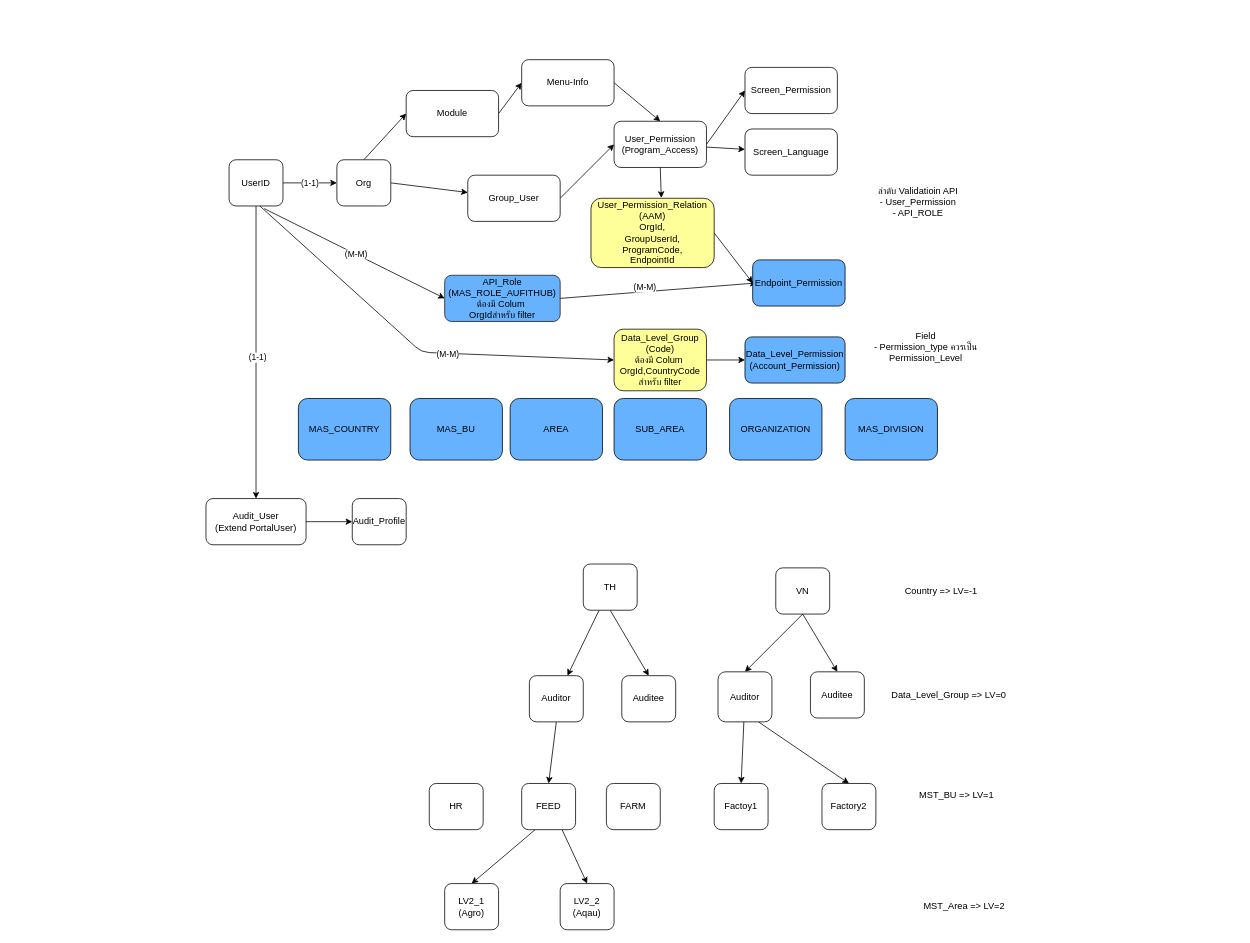
The draw.io diagram packages/user.drawio in TGA88/inh-lib, before the edit. Source tidied: cells renumbered, new cells numbered last; positions are measured from the earlier drawing's top-left corner, leaving out a move shared by most shapes. Both pictures are drawn from the tidied source at 77%, with x=0, y=0 at pixel (206, 59).
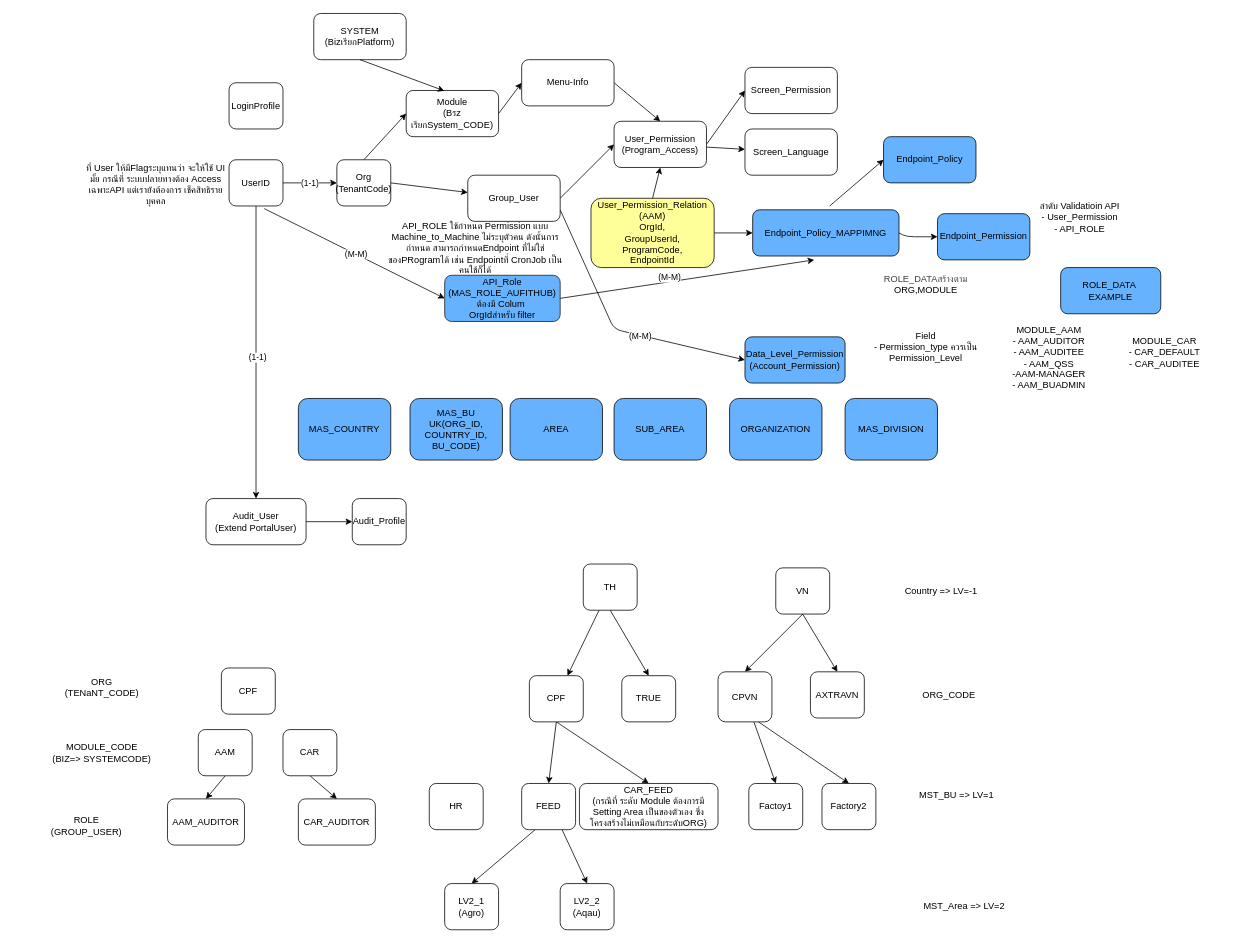
Above is the later version.

Unchanged cells that the change refers to:
```xml
<mxCell id="17" value="Group_User" style="rounded=1;whiteSpace=wrap;html=1;" parent="1" vertex="1">
  <mxGeometry x="340" y="150" width="120" height="60" as="geometry" />
</mxCell>
<mxCell id="21" value="User_Permission&lt;br&gt;(Program_Access)" style="rounded=1;whiteSpace=wrap;html=1;" parent="1" vertex="1">
  <mxGeometry x="530" y="80" width="120" height="60" as="geometry" />
</mxCell>
<mxCell id="24" value="Data_Level_Permission&lt;br&gt;(Account_Permission)" style="rounded=1;whiteSpace=wrap;html=1;fillColor=#66B2FF;" parent="1" vertex="1">
  <mxGeometry x="700" y="360" width="130" height="60" as="geometry" />
</mxCell>
<mxCell id="28" value="API_Role&lt;br&gt;(MAS_ROLE_AUFITHUB)&lt;div&gt;ต้องมี Colum&amp;nbsp;&lt;/div&gt;&lt;div&gt;OrgIdสำหรับ filter&lt;/div&gt;" style="rounded=1;whiteSpace=wrap;html=1;strokeColor=#1A1A1A;fillColor=#66B2FF;" parent="1" vertex="1">
  <mxGeometry x="310" y="280" width="150" height="60" as="geometry" />
</mxCell>
<mxCell id="64" value="User_Permission_Relation&lt;br&gt;(AAM)&lt;div&gt;OrgId,&lt;br&gt;GroupUserId,&lt;br&gt;ProgramCode,&lt;br&gt;EndpointId&lt;/div&gt;" style="rounded=1;whiteSpace=wrap;html=1;fillColor=#FFFF99;" parent="1" vertex="1">
  <mxGeometry x="500" y="180" width="160" height="90" as="geometry" />
</mxCell>
```

The edit, as a diff of the source:
```diff
@@
-    <mxCell id="4" style="edgeStyle=none;html=1;entryX=0;entryY=0.5;entryDx=0;entryDy=0;" parent="1" edge="1" target="23">
+    <mxCell id="4" style="edgeStyle=none;html=1;exitX=1;exitY=0.75;exitDx=0;exitDy=0;entryX=0;entryY=0.5;entryDx=0;entryDy=0;" parent="1" edge="1" source="17" target="24">
       <mxGeometry relative="1" as="geometry">
-        <mxPoint x="70" y="190" as="sourcePoint" />
         <Array as="points">
-          <mxPoint x="280" y="380" />
+          <mxPoint x="530" y="350" />
         </Array>
       </mxGeometry>
     </mxCell>
@@
-    <mxCell id="13" value="Org" style="rounded=1;whiteSpace=wrap;html=1;" parent="1" vertex="1">
+    <mxCell id="13" value="Org&lt;div&gt;(TenantCode)&lt;/div&gt;" style="rounded=1;whiteSpace=wrap;html=1;" parent="1" vertex="1">
       <mxGeometry x="170" y="130" width="70" height="60" as="geometry" />
     </mxCell>
@@
-    <mxCell id="15" value="Module" style="rounded=1;whiteSpace=wrap;html=1;" parent="1" vertex="1">
+    <mxCell id="15" value="Module&lt;div&gt;(Bรz เรียกSystem_CODE)&lt;/div&gt;" style="rounded=1;whiteSpace=wrap;html=1;" parent="1" vertex="1">
       <mxGeometry x="260" y="40" width="120" height="60" as="geometry" />
     </mxCell>
@@
-    <mxCell id="19" style="edgeStyle=none;html=1;exitX=1;exitY=0.5;exitDx=0;exitDy=0;entryX=0;entryY=0.5;entryDx=0;entryDy=0;" parent="1" edge="1" source="64" target="29">
-      <mxGeometry relative="1" as="geometry" />
-    </mxCell>
@@
-    <mxCell id="22" style="edgeStyle=none;html=1;exitX=1;exitY=0.5;exitDx=0;exitDy=0;entryX=0;entryY=0.5;entryDx=0;entryDy=0;" parent="1" edge="1" source="23" target="24">
-      <mxGeometry relative="1" as="geometry" />
-    </mxCell>
-    <mxCell id="23" value="Data_Level_Group&lt;br&gt;(Code)&lt;br&gt;&lt;div&gt;ต้องมี Colum&amp;nbsp;&lt;/div&gt;&lt;div&gt;OrgId,CountryCode&lt;br&gt;สำหรับ filter&lt;/div&gt;" style="rounded=1;whiteSpace=wrap;html=1;fontStyle=0;fillColor=#FFFF99;" parent="1" vertex="1">
-      <mxGeometry x="530" y="350" width="120" height="80" as="geometry" />
-    </mxCell>
@@
-    <mxCell id="26" style="edgeStyle=none;html=1;exitX=1;exitY=0.5;exitDx=0;exitDy=0;entryX=0.042;entryY=0.5;entryDx=0;entryDy=0;entryPerimeter=0;" parent="1" edge="1" source="28" target="29">
-      <mxGeometry relative="1" as="geometry" />
+    <mxCell id="26" style="edgeStyle=none;html=1;exitX=1;exitY=0.5;exitDx=0;exitDy=0;" parent="1" edge="1" source="28">
+      <mxGeometry relative="1" as="geometry">
+        <mxPoint x="790" y="260" as="targetPoint" />
+      </mxGeometry>
     </mxCell>
@@
     <mxCell id="29" value="Endpoint_Permission" style="rounded=1;whiteSpace=wrap;html=1;fillColor=#66B2FF;" parent="1" vertex="1">
-      <mxGeometry x="710" y="260" width="120" height="60" as="geometry" />
+      <mxGeometry x="950" y="200" width="120" height="60" as="geometry" />
     </mxCell>
     <mxCell id="30" value="ลำดับ Validatioin API&lt;br&gt;- User_Permission&lt;br&gt;- API_ROLE" style="text;html=1;align=center;verticalAlign=middle;whiteSpace=wrap;rounded=0;" parent="1" vertex="1">
-      <mxGeometry x="830" y="160" width="190" height="50" as="geometry" />
+      <mxGeometry x="1040" y="180" width="190" height="50" as="geometry" />
     </mxCell>
@@
+    <mxCell id="72" style="edgeStyle=none;html=1;exitX=0.5;exitY=1;exitDx=0;exitDy=0;entryX=0.5;entryY=0;entryDx=0;entryDy=0;" parent="1" edge="1" source="46" target="58">
+      <mxGeometry relative="1" as="geometry" />
+    </mxCell>
-    <mxCell id="46" value="Auditor" style="rounded=1;whiteSpace=wrap;html=1;" parent="1" vertex="1">
+    <mxCell id="46" value="CPF" style="rounded=1;whiteSpace=wrap;html=1;" parent="1" vertex="1">
       <mxGeometry x="420" y="800" width="70" height="60" as="geometry" />
     </mxCell>
-    <mxCell id="47" value="Data_Level_Group =&amp;gt; LV=0" style="text;html=1;align=center;verticalAlign=middle;whiteSpace=wrap;rounded=0;" parent="1" vertex="1">
+    <mxCell id="47" value="ORG_CODE" style="text;html=1;align=center;verticalAlign=middle;whiteSpace=wrap;rounded=0;" parent="1" vertex="1">
       <mxGeometry x="870" y="800" width="190" height="50" as="geometry" />
     </mxCell>
-    <mxCell id="48" value="Auditee" style="rounded=1;whiteSpace=wrap;html=1;" parent="1" vertex="1">
+    <mxCell id="48" value="TRUE" style="rounded=1;whiteSpace=wrap;html=1;" parent="1" vertex="1">
       <mxGeometry x="540" y="800" width="70" height="60" as="geometry" />
     </mxCell>
@@
-    <mxCell id="51" value="Auditor" style="rounded=1;whiteSpace=wrap;html=1;" parent="1" vertex="1">
+    <mxCell id="51" value="CPVN" style="rounded=1;whiteSpace=wrap;html=1;" parent="1" vertex="1">
       <mxGeometry x="665" y="795" width="70" height="65" as="geometry" />
     </mxCell>
-    <mxCell id="52" value="Auditee" style="rounded=1;whiteSpace=wrap;html=1;" parent="1" vertex="1">
+    <mxCell id="52" value="AXTRAVN" style="rounded=1;whiteSpace=wrap;html=1;" parent="1" vertex="1">
       <mxGeometry x="785" y="795" width="70" height="60" as="geometry" />
     </mxCell>
@@
-    <mxCell id="58" value="FARM" style="rounded=1;whiteSpace=wrap;html=1;" parent="1" vertex="1">
-      <mxGeometry x="520" y="940" width="70" height="60" as="geometry" />
+    <mxCell id="58" value="CAR_FEED&lt;div&gt;(กรณีที่ ระดับ Module ต้องการมี Setting Area เป็นของตัวเอง ซึ่งโครงสร้างไม่เหมือนกับระดับORG)&lt;/div&gt;" style="rounded=1;whiteSpace=wrap;html=1;" parent="1" vertex="1">
+      <mxGeometry x="485" y="940" width="180" height="60" as="geometry" />
     </mxCell>
@@
     <mxCell id="62" value="Factoy1" style="rounded=1;whiteSpace=wrap;html=1;" parent="1" vertex="1">
-      <mxGeometry x="660" y="940" width="70" height="60" as="geometry" />
+      <mxGeometry x="705" y="940" width="70" height="60" as="geometry" />
     </mxCell>
@@
+    <mxCell id="73" style="edgeStyle=none;html=1;exitX=1;exitY=0.5;exitDx=0;exitDy=0;entryX=0;entryY=0.5;entryDx=0;entryDy=0;" parent="1" edge="1" source="64" target="96">
+      <mxGeometry relative="1" as="geometry" />
+    </mxCell>
@@
-    <mxCell id="65" style="edgeStyle=none;html=1;exitX=0.5;exitY=1;exitDx=0;exitDy=0;entryX=0.571;entryY=-0.006;entryDx=0;entryDy=0;entryPerimeter=0;" parent="1" edge="1" source="21" target="64">
+    <mxCell id="65" style="edgeStyle=none;html=1;entryX=0.5;entryY=1;entryDx=0;entryDy=0;exitX=0.5;exitY=0;exitDx=0;exitDy=0;" parent="1" edge="1" source="64" target="21">
       <mxGeometry relative="1" as="geometry" />
     </mxCell>
@@
-    <mxCell id="67" value="MAS_BU" style="rounded=1;whiteSpace=wrap;html=1;fontStyle=0;fillColor=#66B2FF;" parent="1" vertex="1">
+    <mxCell id="67" value="MAS_BU&lt;br&gt;UK(ORG_ID,&lt;br&gt;COUNTRY_ID,&lt;br&gt;BU_CODE)" style="rounded=1;whiteSpace=wrap;html=1;fontStyle=0;fillColor=#66B2FF;" parent="1" vertex="1">
       <mxGeometry x="265" y="440" width="120" height="80" as="geometry" />
     </mxCell>
@@
+    <mxCell id="74" value="&lt;br class=&quot;Apple-interchange-newline&quot;&gt;&lt;span style=&quot;color: rgb(63, 63, 63);&quot;&gt;ROLE_DATAสร้างตาม&lt;br&gt;&lt;/span&gt;ORG,MODULE" style="text;html=1;align=center;verticalAlign=middle;whiteSpace=wrap;rounded=0;" parent="1" vertex="1">
+      <mxGeometry x="840" y="260" width="190" height="50" as="geometry" />
+    </mxCell>
+    <mxCell id="75" value="MODULE_CAR&lt;div&gt;- CAR_DEFAULT&lt;br&gt;- CAR_AUDITEE&lt;/div&gt;" style="text;html=1;align=center;verticalAlign=middle;whiteSpace=wrap;rounded=0;" parent="1" vertex="1">
+      <mxGeometry x="1150" y="355" width="190" height="50" as="geometry" />
+    </mxCell>
+    <mxCell id="76" value="&lt;br&gt;MODULE_AAM&lt;div&gt;- AAM_AUDITOR&lt;br&gt;- AAM_AUDITEE&lt;/div&gt;&lt;div&gt;- AAM_QSS&lt;/div&gt;&lt;div&gt;-AAM-MANAGER&lt;/div&gt;&lt;div&gt;- AAM_BUADMIN&lt;/div&gt;" style="text;html=1;align=center;verticalAlign=middle;whiteSpace=wrap;rounded=0;" parent="1" vertex="1">
+      <mxGeometry x="1000" y="355" width="190" height="50" as="geometry" />
+    </mxCell>
+    <mxCell id="77" value="ROLE_DATA&amp;nbsp;&lt;div&gt;EXAMPLE&lt;/div&gt;" style="rounded=1;whiteSpace=wrap;html=1;fillColor=#66B2FF;" parent="1" vertex="1">
+      <mxGeometry x="1110" y="270" width="130" height="60" as="geometry" />
+    </mxCell>
+    <mxCell id="78" value="&lt;br&gt;ที่ User ให้มีFlagระบุแทนว่า จะให้ใช้ UI มั้ย กรณีที่ ระบบปลายทางต้อง Access เฉพาะAPI แต่เรายังต้องการ เช็คสิทธิรายบุคคล" style="text;html=1;align=center;verticalAlign=middle;whiteSpace=wrap;rounded=0;" parent="1" vertex="1">
+      <mxGeometry x="-160" y="130" width="190" height="50" as="geometry" />
+    </mxCell>
+    <mxCell id="79" value="API_ROLE ใช้กำหนด Permission แบบ Machine_to_Machine ไม่ระบุตัวคน ดังนั้นการกำหนด สามารถกำหนดEndpoint ที่ไม่ใช่ของPRogramได้ เช่น Endpointที่ CronJob เป็นคนใช้ก็ได้" style="text;html=1;align=center;verticalAlign=middle;whiteSpace=wrap;rounded=0;" parent="1" vertex="1">
+      <mxGeometry x="230" y="220" width="240" height="50" as="geometry" />
+    </mxCell>
+    <mxCell id="80" value="SYSTEM&lt;div&gt;(BizเรียกPlatform)&lt;/div&gt;" style="rounded=1;whiteSpace=wrap;html=1;" parent="1" vertex="1">
+      <mxGeometry x="140" y="-60" width="120" height="60" as="geometry" />
+    </mxCell>
+    <mxCell id="81" style="edgeStyle=none;html=1;exitX=0.5;exitY=1;exitDx=0;exitDy=0;entryX=0.413;entryY=0.008;entryDx=0;entryDy=0;entryPerimeter=0;" parent="1" edge="1" source="80" target="15">
+      <mxGeometry relative="1" as="geometry" />
+    </mxCell>
+    <mxCell id="82" value="Endpoint_Policy" style="rounded=1;whiteSpace=wrap;html=1;fillColor=#66B2FF;" parent="1" vertex="1">
+      <mxGeometry x="880" y="100" width="120" height="60" as="geometry" />
+    </mxCell>
+    <mxCell id="83" value="LoginProfile" style="rounded=1;whiteSpace=wrap;html=1;" parent="1" vertex="1">
+      <mxGeometry x="30" y="30" width="70" height="60" as="geometry" />
+    </mxCell>
+    <mxCell id="84" value="CPF" style="rounded=1;whiteSpace=wrap;html=1;" parent="1" vertex="1">
+      <mxGeometry x="20" y="790" width="70" height="60" as="geometry" />
+    </mxCell>
+    <mxCell id="85" style="edgeStyle=none;html=1;exitX=0.5;exitY=1;exitDx=0;exitDy=0;entryX=0.5;entryY=0;entryDx=0;entryDy=0;" parent="1" edge="1" source="86" target="91">
+      <mxGeometry relative="1" as="geometry" />
+    </mxCell>
+    <mxCell id="86" value="AAM" style="rounded=1;whiteSpace=wrap;html=1;" parent="1" vertex="1">
+      <mxGeometry x="-10" y="870" width="70" height="60" as="geometry" />
+    </mxCell>
+    <mxCell id="87" style="edgeStyle=none;html=1;exitX=0.5;exitY=1;exitDx=0;exitDy=0;entryX=0.5;entryY=0;entryDx=0;entryDy=0;" parent="1" edge="1" source="88" target="92">
+      <mxGeometry relative="1" as="geometry" />
+    </mxCell>
+    <mxCell id="88" value="CAR" style="rounded=1;whiteSpace=wrap;html=1;" parent="1" vertex="1">
+      <mxGeometry x="100" y="870" width="70" height="60" as="geometry" />
+    </mxCell>
+    <mxCell id="89" value="MODULE_CODE&lt;br&gt;(BIZ=&amp;gt; SYSTEMCODE)" style="text;html=1;align=center;verticalAlign=middle;whiteSpace=wrap;rounded=0;" parent="1" vertex="1">
+      <mxGeometry x="-230" y="875" width="190" height="50" as="geometry" />
+    </mxCell>
+    <mxCell id="90" value="ROLE&lt;br&gt;(GROUP_USER)" style="text;html=1;align=center;verticalAlign=middle;whiteSpace=wrap;rounded=0;" parent="1" vertex="1">
+      <mxGeometry x="-250" y="970" width="190" height="50" as="geometry" />
+    </mxCell>
+    <mxCell id="91" value="AAM_AUDITOR" style="rounded=1;whiteSpace=wrap;html=1;" parent="1" vertex="1">
+      <mxGeometry x="-50" y="960" width="100" height="60" as="geometry" />
+    </mxCell>
+    <mxCell id="92" value="CAR_AUDITOR" style="rounded=1;whiteSpace=wrap;html=1;" parent="1" vertex="1">
+      <mxGeometry x="120" y="960" width="100" height="60" as="geometry" />
+    </mxCell>
+    <mxCell id="93" value="ORG&lt;br&gt;(TENaNT_CODE)" style="text;html=1;align=center;verticalAlign=middle;whiteSpace=wrap;rounded=0;" parent="1" vertex="1">
+      <mxGeometry x="-230" y="790" width="190" height="50" as="geometry" />
+    </mxCell>
+    <mxCell id="94" style="edgeStyle=none;html=1;entryX=0;entryY=0.5;entryDx=0;entryDy=0;" parent="1" edge="1" target="82">
+      <mxGeometry relative="1" as="geometry">
+        <mxPoint x="810" y="190" as="sourcePoint" />
+      </mxGeometry>
+    </mxCell>
+    <mxCell id="95" style="edgeStyle=none;html=1;exitX=1;exitY=0.5;exitDx=0;exitDy=0;entryX=0;entryY=0.5;entryDx=0;entryDy=0;" parent="1" edge="1" source="96" target="29">
+      <mxGeometry relative="1" as="geometry">
+        <Array as="points">
+          <mxPoint x="910" y="230" />
+        </Array>
+      </mxGeometry>
+    </mxCell>
+    <mxCell id="96" value="Endpoint_Policy_MAPPIMNG" style="rounded=1;whiteSpace=wrap;html=1;fillColor=#66B2FF;" parent="1" vertex="1">
+      <mxGeometry x="710" y="195" width="190" height="60" as="geometry" />
+    </mxCell>
```
